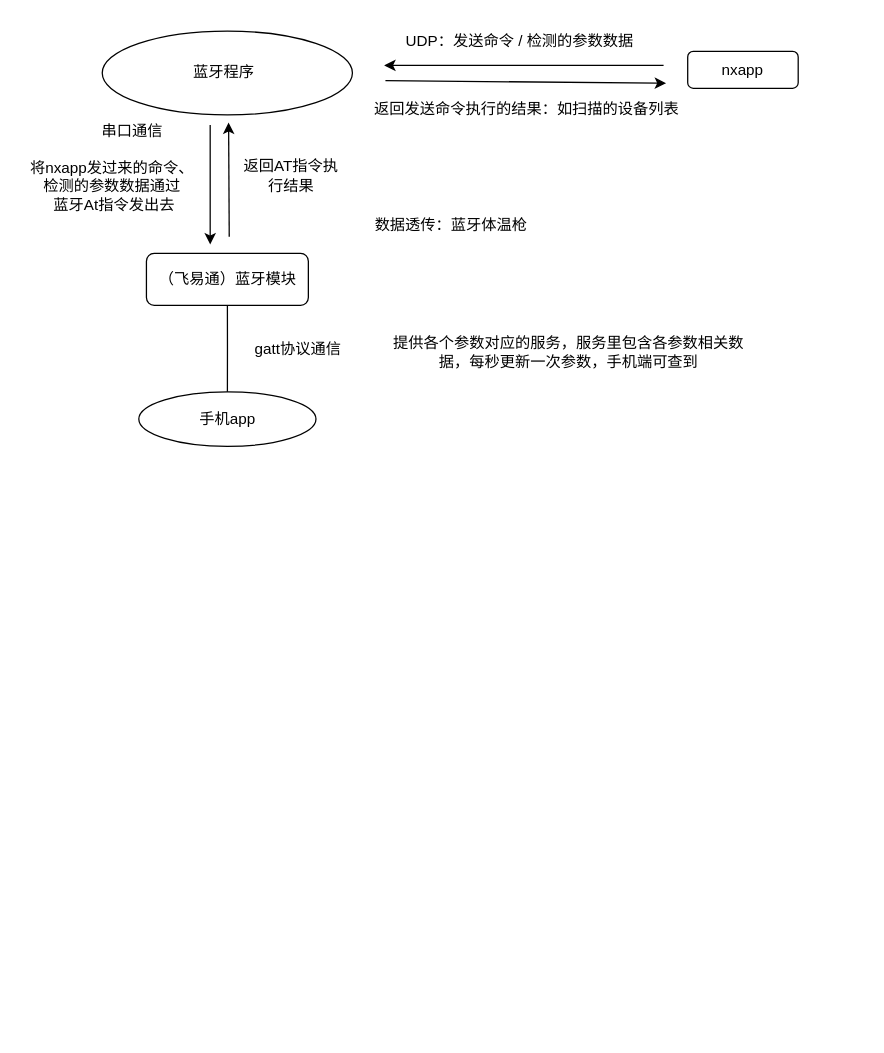
Above: 蓝牙.drawio in weibu01/a_drawio (draw.io), before the change. Source tidied: cells renumbered, new cells numbered last; positions are measured from the earlier drawing's top-left corner, leaving out a move shared by most shapes. Both pictures are drawn from the tidied source at 127%, with x=0, y=0 at pixel (22, 22).
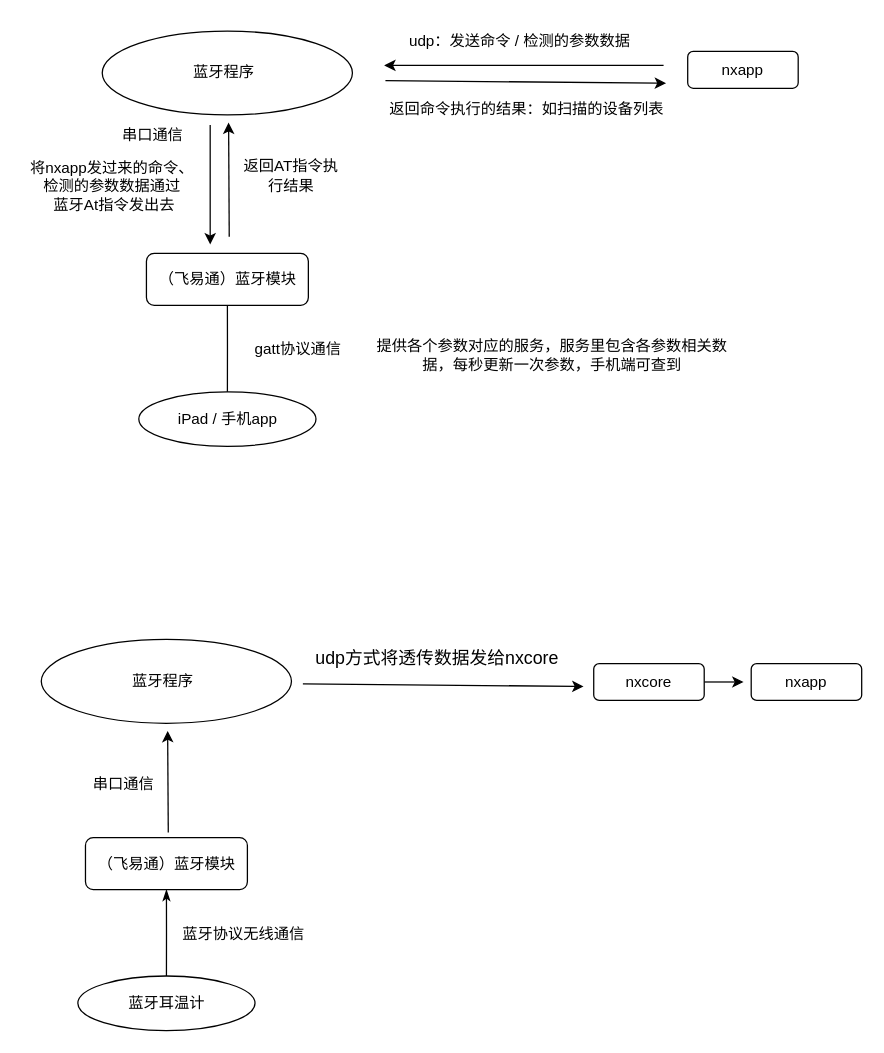
The same diagram, later.

Change to the diagram source:
```diff
@@
-    <mxCell id="5" value="UDP：发送命令 / 检测的参数数据" style="text;html=1;strokeColor=none;fillColor=none;align=center;verticalAlign=middle;whiteSpace=wrap;rounded=0;" parent="1" vertex="1">
+    <mxCell id="5" value="udp：发送命令 / 检测的参数数据" style="text;html=1;strokeColor=none;fillColor=none;align=center;verticalAlign=middle;whiteSpace=wrap;rounded=0;" parent="1" vertex="1">
       <mxGeometry x="295" width="194" height="29" as="geometry" />
     </mxCell>
-    <mxCell id="6" value="手机app" style="ellipse;whiteSpace=wrap;html=1;" parent="1" vertex="1">
+    <mxCell id="6" value="iPad / 手机app" style="ellipse;whiteSpace=wrap;html=1;" parent="1" vertex="1">
       <mxGeometry x="91.8" y="291" width="139.5" height="43" as="geometry" />
     </mxCell>
@@
     <mxCell id="9" value="串口通信" style="text;html=1;strokeColor=none;fillColor=none;align=center;verticalAlign=middle;whiteSpace=wrap;rounded=0;" parent="1" vertex="1">
-      <mxGeometry x="57" y="71" width="60" height="30" as="geometry" />
+      <mxGeometry x="73" y="74" width="60" height="30" as="geometry" />
     </mxCell>
@@
-    <mxCell id="13" value="返回发送命令执行的结果：如扫描的设备列表" style="text;html=1;strokeColor=none;fillColor=none;align=center;verticalAlign=middle;whiteSpace=wrap;rounded=0;" parent="1" vertex="1">
+    <mxCell id="13" value="返回命令执行的结果：如扫描的设备列表" style="text;html=1;strokeColor=none;fillColor=none;align=center;verticalAlign=middle;whiteSpace=wrap;rounded=0;" parent="1" vertex="1">
       <mxGeometry x="264" y="54" width="267" height="29" as="geometry" />
     </mxCell>
     <mxCell id="14" value="提供各个参数对应的服务，服务里包含各参数相关数据，每秒更新一次参数，手机端可查到" style="text;html=1;strokeColor=none;fillColor=none;align=center;verticalAlign=middle;whiteSpace=wrap;rounded=0;" parent="1" vertex="1">
-      <mxGeometry x="288" y="234" width="285" height="52" as="geometry" />
+      <mxGeometry x="275" y="236" width="285" height="52" as="geometry" />
     </mxCell>
@@
-    <mxCell id="19" value="数据透传：蓝牙体温枪" style="text;html=1;strokeColor=none;fillColor=none;align=center;verticalAlign=middle;whiteSpace=wrap;rounded=0;" parent="1" vertex="1">
-      <mxGeometry x="260" y="143" width="156" height="33" as="geometry" />
-    </mxCell>
+    <mxCell id="20" style="edgeStyle=orthogonalEdgeStyle;rounded=0;jettySize=auto;html=1;" parent="1" edge="1" source="21">
+      <mxGeometry relative="1" as="geometry">
+        <mxPoint x="568" y="519.5" as="targetPoint" />
+      </mxGeometry>
+    </mxCell>
+    <mxCell id="21" value="nxcore" style="rounded=1;whiteSpace=wrap;html=1;" parent="1" vertex="1">
+      <mxGeometry x="450" y="505" width="87" height="29" as="geometry" />
+    </mxCell>
+    <mxCell id="22" style="ellipse;whiteSpace=wrap;html=1;" parent="1" vertex="1">
+      <mxGeometry x="15" y="486" width="197" height="66" as="geometry" />
+    </mxCell>
+    <mxCell id="23" value="蓝牙程序" style="text;html=1;strokeColor=none;fillColor=none;align=center;verticalAlign=middle;whiteSpace=wrap;rounded=0;" parent="1" vertex="1">
+      <mxGeometry x="81" y="504" width="60" height="30" as="geometry" />
+    </mxCell>
+    <mxCell id="24" value="&lt;font style=&quot;font-size: 14px;&quot;&gt;udp方式将透传数据发给nxcore&lt;/font&gt;" style="text;html=1;strokeColor=none;fillColor=none;align=center;verticalAlign=middle;whiteSpace=wrap;rounded=0;" parent="1" vertex="1">
+      <mxGeometry x="230" y="486" width="194" height="29" as="geometry" />
+    </mxCell>
+    <mxCell id="25" value="蓝牙耳温计" style="ellipse;whiteSpace=wrap;html=1;" parent="1" vertex="1">
+      <mxGeometry x="43.8" y="751" width="139.5" height="43" as="geometry" />
+    </mxCell>
+    <mxCell id="26" style="edgeStyle=orthogonalEdgeStyle;rounded=0;jettySize=auto;html=1;exitX=0.5;exitY=1;exitDx=0;exitDy=0;endArrow=none;endFill=0;startArrow=classicThin;startFill=1;" parent="1" edge="1" source="27" target="25">
+      <mxGeometry relative="1" as="geometry" />
+    </mxCell>
+    <mxCell id="27" value="（飞易通）蓝牙模块" style="rounded=1;whiteSpace=wrap;html=1;" parent="1" vertex="1">
+      <mxGeometry x="49.8" y="642" width="127.5" height="41" as="geometry" />
+    </mxCell>
+    <mxCell id="28" value="串口通信" style="text;html=1;strokeColor=none;fillColor=none;align=center;verticalAlign=middle;whiteSpace=wrap;rounded=0;" parent="1" vertex="1">
+      <mxGeometry x="49.8" y="585" width="60" height="30" as="geometry" />
+    </mxCell>
+    <mxCell id="29" value="蓝牙协议无线通信&lt;br&gt;" style="text;html=1;strokeColor=none;fillColor=none;align=center;verticalAlign=middle;whiteSpace=wrap;rounded=0;" parent="1" vertex="1">
+      <mxGeometry x="125" y="704" width="99" height="27" as="geometry" />
+    </mxCell>
+    <mxCell id="30" style="endArrow=classic;html=1;rounded=0;" parent="1" edge="1">
+      <mxGeometry relative="1" as="geometry">
+        <mxPoint x="221" y="521" as="sourcePoint" />
+        <mxPoint x="442" y="523" as="targetPoint" />
+      </mxGeometry>
+    </mxCell>
+    <mxCell id="31" style="endArrow=classic;html=1;rounded=0;" parent="1" edge="1">
+      <mxGeometry relative="1" as="geometry">
+        <mxPoint x="115" y="638" as="sourcePoint" />
+        <mxPoint x="114.5" y="558" as="targetPoint" />
+      </mxGeometry>
+    </mxCell>
+    <mxCell id="32" value="nxapp" style="rounded=1;whiteSpace=wrap;html=1;" parent="1" vertex="1">
+      <mxGeometry x="574" y="505" width="87" height="29" as="geometry" />
+    </mxCell>
```
